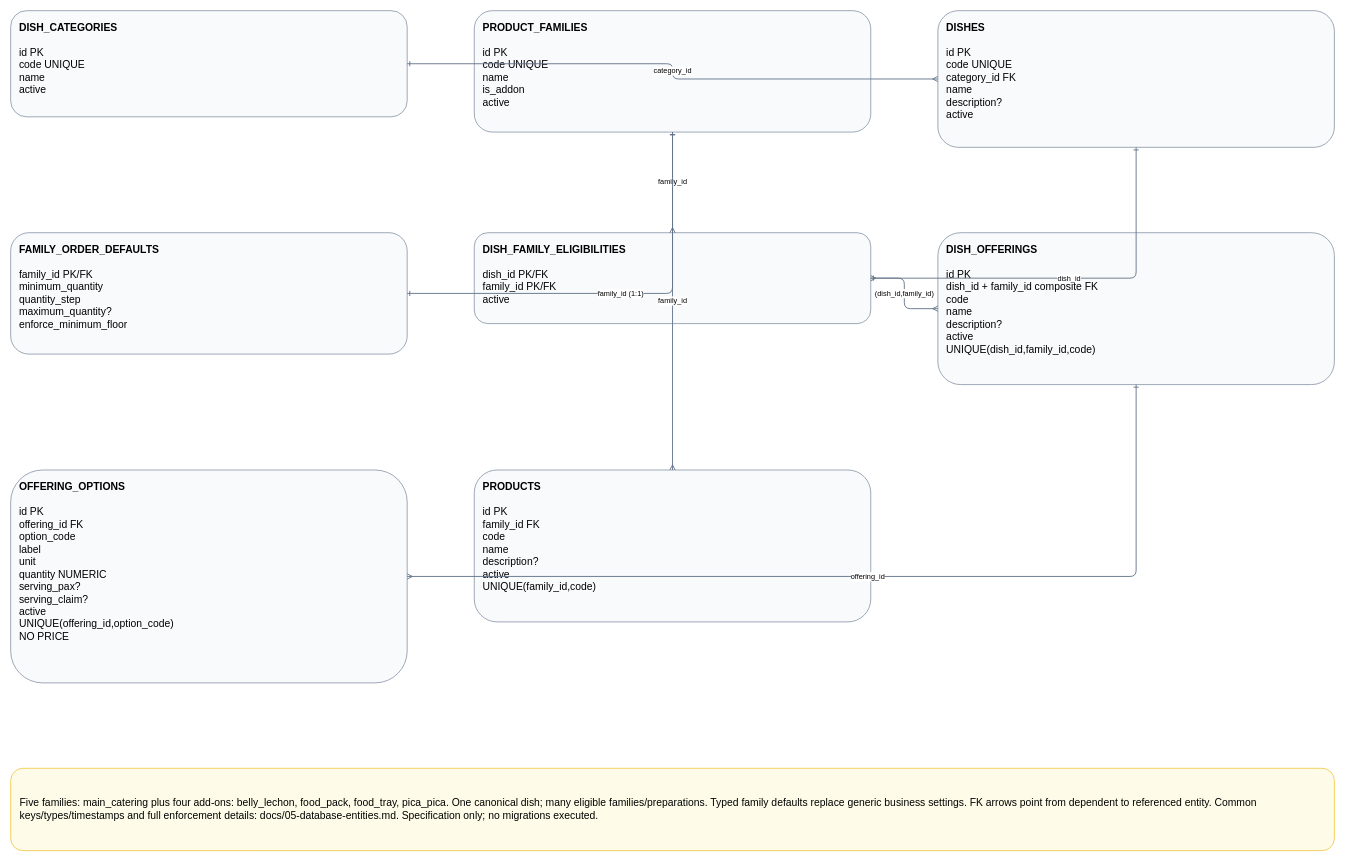
The draw.io diagram page "01 Master Catalog" (1 of 6) of docs/diagrams/catalog_v3.drawio in garfield2001/zek-catering-reservation, before the edit. Source tidied: cells renumbered, new cells numbered last; positions are measured from the earlier drawing's top-left corner, leaving out a move shared by most shapes. Both pictures are drawn from the tidied source at 61%, with x=0, y=0 at pixel (10, 10).
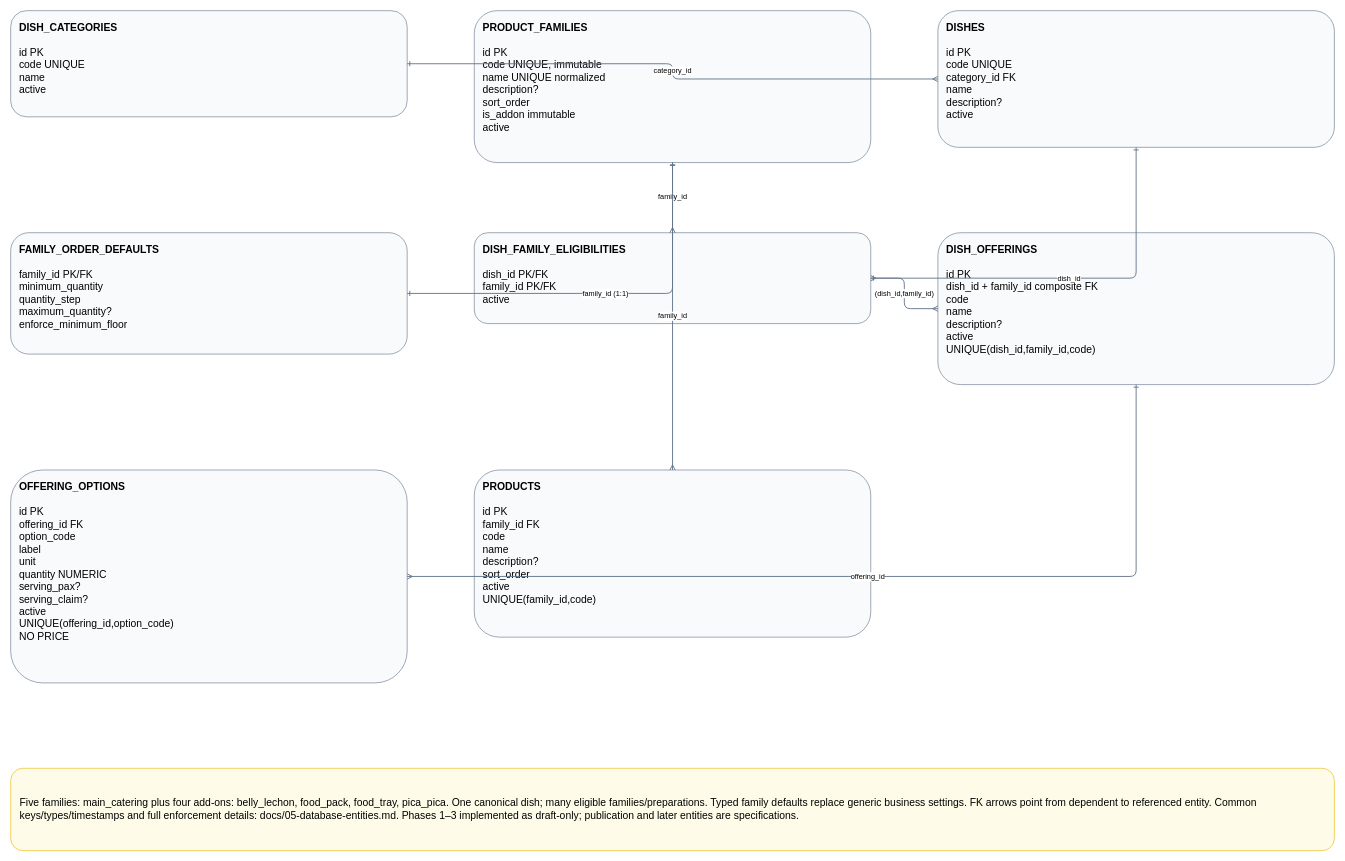
After the change.

The edit, as a diff of the source:
```diff
@@
 <mxGraphModel>
   <root>
     <mxCell id="0" />
     <mxCell id="1" parent="0" />
     <mxCell id="2" value="&lt;b&gt;DISH_CATEGORIES&lt;/b&gt;&lt;br/&gt;&lt;br/&gt;id PK&lt;br/&gt;code UNIQUE&lt;br/&gt;name&lt;br/&gt;active" style="rounded=1;whiteSpace=wrap;html=1;fillColor=#f8fafc;strokeColor=#64748b;fontSize=17;align=left;verticalAlign=top;spacing=14;" parent="1" vertex="1">
       <mxGeometry width="650" height="174" as="geometry" />
     </mxCell>
-    <mxCell id="3" value="&lt;b&gt;PRODUCT_FAMILIES&lt;/b&gt;&lt;br/&gt;&lt;br/&gt;id PK&lt;br/&gt;code UNIQUE&lt;br/&gt;name&lt;br/&gt;is_addon&lt;br/&gt;active" style="rounded=1;whiteSpace=wrap;html=1;fillColor=#f8fafc;strokeColor=#64748b;fontSize=17;align=left;verticalAlign=top;spacing=14;" parent="1" vertex="1">
-      <mxGeometry x="760" width="650" height="199" as="geometry" />
+    <mxCell id="3" value="&lt;b&gt;PRODUCT_FAMILIES&lt;/b&gt;&lt;br/&gt;&lt;br/&gt;id PK&lt;br/&gt;code UNIQUE, immutable&lt;br/&gt;name UNIQUE normalized&lt;br/&gt;description?&lt;br/&gt;sort_order&lt;br/&gt;is_addon immutable&lt;br/&gt;active" style="rounded=1;whiteSpace=wrap;html=1;fillColor=#f8fafc;strokeColor=#64748b;fontSize=17;align=left;verticalAlign=top;spacing=14;" parent="1" vertex="1">
+      <mxGeometry x="760" width="650" height="249" as="geometry" />
     </mxCell>
     <mxCell id="4" value="&lt;b&gt;DISHES&lt;/b&gt;&lt;br/&gt;&lt;br/&gt;id PK&lt;br/&gt;code UNIQUE&lt;br/&gt;category_id FK&lt;br/&gt;name&lt;br/&gt;description?&lt;br/&gt;active" style="rounded=1;whiteSpace=wrap;html=1;fillColor=#f8fafc;strokeColor=#64748b;fontSize=17;align=left;verticalAlign=top;spacing=14;" parent="1" vertex="1">
       <mxGeometry x="1520" width="650" height="224" as="geometry" />
     </mxCell>
     <mxCell id="5" value="&lt;b&gt;FAMILY_ORDER_DEFAULTS&lt;/b&gt;&lt;br/&gt;&lt;br/&gt;family_id PK/FK&lt;br/&gt;minimum_quantity&lt;br/&gt;quantity_step&lt;br/&gt;maximum_quantity?&lt;br/&gt;enforce_minimum_floor" style="rounded=1;whiteSpace=wrap;html=1;fillColor=#f8fafc;strokeColor=#64748b;fontSize=17;align=left;verticalAlign=top;spacing=14;" parent="1" vertex="1">
       <mxGeometry y="364" width="650" height="199" as="geometry" />
     </mxCell>
     <mxCell id="6" value="&lt;b&gt;DISH_FAMILY_ELIGIBILITIES&lt;/b&gt;&lt;br/&gt;&lt;br/&gt;dish_id PK/FK&lt;br/&gt;family_id PK/FK&lt;br/&gt;active" style="rounded=1;whiteSpace=wrap;html=1;fillColor=#f8fafc;strokeColor=#64748b;fontSize=17;align=left;verticalAlign=top;spacing=14;" parent="1" vertex="1">
       <mxGeometry x="760" y="364" width="650" height="149" as="geometry" />
     </mxCell>
     <mxCell id="7" value="&lt;b&gt;DISH_OFFERINGS&lt;/b&gt;&lt;br/&gt;&lt;br/&gt;id PK&lt;br/&gt;dish_id + family_id composite FK&lt;br/&gt;code&lt;br/&gt;name&lt;br/&gt;description?&lt;br/&gt;active&lt;br/&gt;UNIQUE(dish_id,family_id,code)" style="rounded=1;whiteSpace=wrap;html=1;fillColor=#f8fafc;strokeColor=#64748b;fontSize=17;align=left;verticalAlign=top;spacing=14;" parent="1" vertex="1">
       <mxGeometry x="1520" y="364" width="650" height="249" as="geometry" />
     </mxCell>
     <mxCell id="8" value="&lt;b&gt;OFFERING_OPTIONS&lt;/b&gt;&lt;br/&gt;&lt;br/&gt;id PK&lt;br/&gt;offering_id FK&lt;br/&gt;option_code&lt;br/&gt;label&lt;br/&gt;unit&lt;br/&gt;quantity NUMERIC&lt;br/&gt;serving_pax?&lt;br/&gt;serving_claim?&lt;br/&gt;active&lt;br/&gt;UNIQUE(offering_id,option_code)&lt;br/&gt;NO PRICE" style="rounded=1;whiteSpace=wrap;html=1;fillColor=#f8fafc;strokeColor=#64748b;fontSize=17;align=left;verticalAlign=top;spacing=14;" parent="1" vertex="1">
       <mxGeometry y="753" width="650" height="349" as="geometry" />
     </mxCell>
-    <mxCell id="9" value="&lt;b&gt;PRODUCTS&lt;/b&gt;&lt;br/&gt;&lt;br/&gt;id PK&lt;br/&gt;family_id FK&lt;br/&gt;code&lt;br/&gt;name&lt;br/&gt;description?&lt;br/&gt;active&lt;br/&gt;UNIQUE(family_id,code)" style="rounded=1;whiteSpace=wrap;html=1;fillColor=#f8fafc;strokeColor=#64748b;fontSize=17;align=left;verticalAlign=top;spacing=14;" parent="1" vertex="1">
-      <mxGeometry x="760" y="753" width="650" height="249" as="geometry" />
+    <mxCell id="9" value="&lt;b&gt;PRODUCTS&lt;/b&gt;&lt;br/&gt;&lt;br/&gt;id PK&lt;br/&gt;family_id FK&lt;br/&gt;code&lt;br/&gt;name&lt;br/&gt;description?&lt;br/&gt;sort_order&lt;br/&gt;active&lt;br/&gt;UNIQUE(family_id,code)" style="rounded=1;whiteSpace=wrap;html=1;fillColor=#f8fafc;strokeColor=#64748b;fontSize=17;align=left;verticalAlign=top;spacing=14;" parent="1" vertex="1">
+      <mxGeometry x="760" y="753" width="650" height="274" as="geometry" />
     </mxCell>
     <mxCell id="10" value="category_id" style="edgeStyle=orthogonalEdgeStyle;rounded=1;html=1;endArrow=ERone;startArrow=ERmany;strokeColor=#64748b;strokeWidth=1.5;fontSize=12;labelBackgroundColor=#ffffff;" parent="1" edge="1" source="4" target="2">
       <mxGeometry relative="1" as="geometry" />
     </mxCell>
     <mxCell id="11" value="family_id (1:1)" style="edgeStyle=orthogonalEdgeStyle;rounded=1;html=1;endArrow=ERone;startArrow=ERone;strokeColor=#64748b;strokeWidth=1.5;fontSize=12;labelBackgroundColor=#ffffff;" parent="1" edge="1" source="5" target="3">
       <mxGeometry relative="1" as="geometry" />
     </mxCell>
     <mxCell id="12" value="dish_id" style="edgeStyle=orthogonalEdgeStyle;rounded=1;html=1;endArrow=ERone;startArrow=ERmany;strokeColor=#64748b;strokeWidth=1.5;fontSize=12;labelBackgroundColor=#ffffff;" parent="1" edge="1" source="6" target="4">
       <mxGeometry relative="1" as="geometry" />
     </mxCell>
     <mxCell id="13" value="family_id" style="edgeStyle=orthogonalEdgeStyle;rounded=1;html=1;endArrow=ERone;startArrow=ERmany;strokeColor=#64748b;strokeWidth=1.5;fontSize=12;labelBackgroundColor=#ffffff;" parent="1" edge="1" source="6" target="3">
       <mxGeometry relative="1" as="geometry" />
     </mxCell>
     <mxCell id="14" value="(dish_id,family_id)" style="edgeStyle=orthogonalEdgeStyle;rounded=1;html=1;endArrow=ERone;startArrow=ERmany;strokeColor=#64748b;strokeWidth=1.5;fontSize=12;labelBackgroundColor=#ffffff;" parent="1" edge="1" source="7" target="6">
       <mxGeometry relative="1" as="geometry" />
     </mxCell>
     <mxCell id="15" value="offering_id" style="edgeStyle=orthogonalEdgeStyle;rounded=1;html=1;endArrow=ERone;startArrow=ERmany;strokeColor=#64748b;strokeWidth=1.5;fontSize=12;labelBackgroundColor=#ffffff;" parent="1" edge="1" source="8" target="7">
       <mxGeometry relative="1" as="geometry" />
     </mxCell>
     <mxCell id="16" value="family_id" style="edgeStyle=orthogonalEdgeStyle;rounded=1;html=1;endArrow=ERone;startArrow=ERmany;strokeColor=#64748b;strokeWidth=1.5;fontSize=12;labelBackgroundColor=#ffffff;" parent="1" edge="1" source="9" target="3">
       <mxGeometry relative="1" as="geometry" />
     </mxCell>
-    <mxCell id="17" value="Five families: main_catering plus four add-ons: belly_lechon, food_pack, food_tray, pica_pica. One canonical dish; many eligible families/preparations. Typed family defaults replace generic business settings. FK arrows point from dependent to referenced entity. Common keys/types/timestamps and full enforcement details: docs/05-database-entities.md. Specification only; no migrations executed." style="rounded=1;whiteSpace=wrap;html=1;fillColor=#fefce8;strokeColor=#eab308;fontSize=17;align=left;spacing=15;" parent="1" vertex="1">
+    <mxCell id="17" value="Five families: main_catering plus four add-ons: belly_lechon, food_pack, food_tray, pica_pica. One canonical dish; many eligible families/preparations. Typed family defaults replace generic business settings. FK arrows point from dependent to referenced entity. Common keys/types/timestamps and full enforcement details: docs/05-database-entities.md. Phases 1–3 implemented as draft-only; publication and later entities are specifications." style="rounded=1;whiteSpace=wrap;html=1;fillColor=#fefce8;strokeColor=#eab308;fontSize=17;align=left;spacing=15;" parent="1" vertex="1">
       <mxGeometry y="1242" width="2170" height="135" as="geometry" />
     </mxCell>
   </root>
 </mxGraphModel>
```
